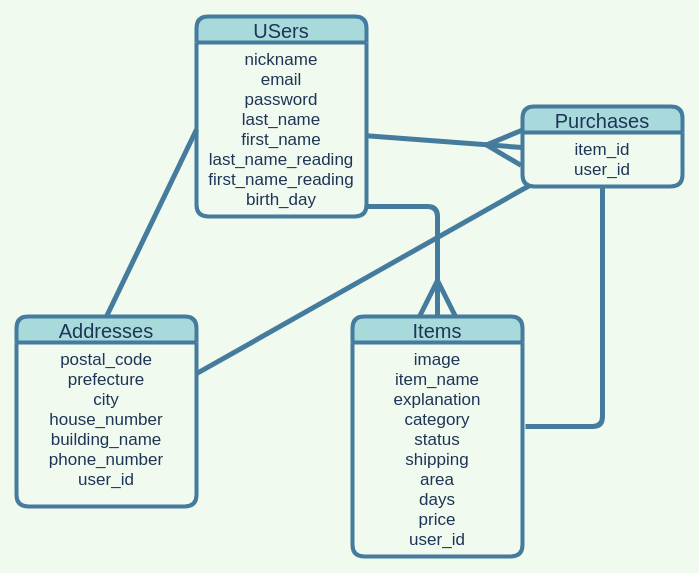
Earlier version of the draw.io diagram furima.dio (ryoji911/furima-32480). Source tidied: cells renumbered, new cells numbered last; positions are measured from the earlier drawing's top-left corner, leaving out a move shared by most shapes. Both pictures are drawn from the tidied source at 100%, with x=0, y=0 at pixel (16, 16).
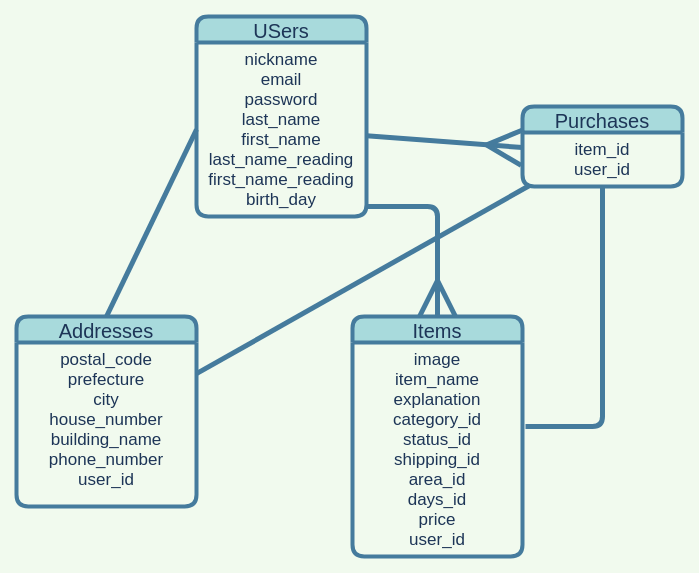
The same diagram, later.

Commit message (it also covers changes not shown here):
データベース設計の修正２

Diff of the diagram source:
```diff
@@
 <mxGraphModel background="#F1FAEE">
   <root>
     <mxCell id="0" />
     <mxCell id="1" parent="0" />
     <mxCell id="2" value="USers" style="swimlane;fontStyle=0;horizontal=1;startSize=26;align=center;fontSize=20;labelBackgroundColor=none;fillColor=#A8DADC;fontColor=#1D3557;strokeWidth=4;strokeColor=#457B9D;rounded=1;" parent="1" vertex="1">
       <mxGeometry x="180" width="170" height="200" as="geometry" />
     </mxCell>
     <mxCell id="3" value="nickname&#10;email&#10;password&#10;last_name&#10;first_name&#10;last_name_reading&#10;first_name_reading&#10;birth_day&#10;" style="text;strokeColor=none;fillColor=none;spacingLeft=4;spacingRight=4;overflow=hidden;points=[[0,0.5],[1,0.5]];portConstraint=eastwest;fontSize=17;align=center;fontColor=#1D3557;rounded=1;" parent="2" vertex="1">
       <mxGeometry y="26" width="170" height="174" as="geometry" />
     </mxCell>
     <mxCell id="4" value="Items" style="swimlane;fontStyle=0;horizontal=1;startSize=26;align=center;fontSize=20;labelBackgroundColor=none;strokeWidth=4;fillColor=#A8DADC;fontColor=#1D3557;strokeColor=#457B9D;rounded=1;" parent="1" vertex="1">
       <mxGeometry x="336" y="300" width="170" height="240" as="geometry" />
     </mxCell>
-    <mxCell id="5" value="image&#10;item_name&#10;explanation&#10;category&#10;status&#10;shipping&#10;area&#10;days&#10;price&#10;user_id" style="text;strokeColor=none;fillColor=none;spacingLeft=4;spacingRight=4;overflow=hidden;fontSize=17;align=center;fontColor=#1D3557;rounded=1;" parent="4" vertex="1">
+    <mxCell id="5" value="image&#10;item_name&#10;explanation&#10;category_id&#10;status_id&#10;shipping_id&#10;area_id&#10;days_id&#10;price&#10;user_id" style="text;strokeColor=none;fillColor=none;spacingLeft=4;spacingRight=4;overflow=hidden;fontSize=17;align=center;fontColor=#1D3557;rounded=1;" parent="4" vertex="1">
       <mxGeometry y="26" width="170" height="214" as="geometry" />
     </mxCell>
     <mxCell id="6" value="Addresses" style="swimlane;fontStyle=0;horizontal=1;startSize=26;align=center;fontSize=20;labelBackgroundColor=none;strokeWidth=4;fillColor=#A8DADC;fontColor=#1D3557;strokeColor=#457B9D;rounded=1;" parent="1" vertex="1">
       <mxGeometry y="300" width="180" height="190" as="geometry" />
     </mxCell>
     <mxCell id="7" value="postal_code&#10;prefecture&#10;city&#10;house_number&#10;building_name&#10;phone_number&#10;user_id" style="text;strokeColor=none;fillColor=none;spacingLeft=4;spacingRight=4;overflow=hidden;points=[[0,0.5],[1,0.5]];portConstraint=eastwest;fontSize=17;align=center;fontColor=#1D3557;rounded=1;" parent="6" vertex="1">
       <mxGeometry y="26" width="180" height="164" as="geometry" />
     </mxCell>
     <mxCell id="8" value="Purchases" style="swimlane;fontStyle=0;horizontal=1;startSize=26;align=center;fontSize=20;labelBackgroundColor=none;strokeWidth=4;fillColor=#A8DADC;fontColor=#1D3557;strokeColor=#457B9D;rounded=1;" parent="1" vertex="1">
       <mxGeometry x="506" y="90" width="160" height="80" as="geometry" />
     </mxCell>
     <mxCell id="9" style="edgeStyle=none;jettySize=auto;html=1;entryX=0;entryY=0.278;entryDx=0;entryDy=0;entryPerimeter=0;endSize=30;strokeWidth=5;fontSize=20;endArrow=ERmany;endFill=0;strokeColor=#457B9D;fontColor=#1D3557;labelBackgroundColor=#F1FAEE;" parent="1" edge="1" source="3" target="11">
       <mxGeometry relative="1" as="geometry" />
     </mxCell>
     <mxCell id="10" style="edgeStyle=none;jettySize=auto;html=1;endArrow=none;endFill=0;endSize=20;strokeWidth=5;fontSize=20;strokeColor=#457B9D;fontColor=#1D3557;labelBackgroundColor=#F1FAEE;" parent="1" edge="1" source="11">
       <mxGeometry relative="1" as="geometry">
         <mxPoint x="509" y="410" as="targetPoint" />
         <Array as="points">
           <mxPoint x="586" y="410" />
         </Array>
       </mxGeometry>
     </mxCell>
     <mxCell id="11" value="item_id&#10;user_id&#10;" style="text;strokeColor=none;fillColor=none;spacingLeft=4;spacingRight=4;overflow=hidden;points=[[0,0.5],[1,0.5]];portConstraint=eastwest;fontSize=17;align=center;fontColor=#1D3557;rounded=1;" parent="1" vertex="1">
       <mxGeometry x="506" y="116" width="160" height="54" as="geometry" />
     </mxCell>
     <mxCell id="12" style="edgeStyle=none;jettySize=auto;html=1;exitX=0;exitY=0.5;exitDx=0;exitDy=0;entryX=0.5;entryY=0;entryDx=0;entryDy=0;endArrow=none;endFill=0;endSize=20;strokeWidth=5;fontSize=20;strokeColor=#457B9D;fontColor=#1D3557;labelBackgroundColor=#F1FAEE;" parent="1" edge="1" source="3" target="6">
       <mxGeometry relative="1" as="geometry" />
     </mxCell>
     <mxCell id="13" style="edgeStyle=none;jettySize=auto;html=1;entryX=0.5;entryY=0;entryDx=0;entryDy=0;endArrow=ERmany;endFill=0;endSize=30;strokeWidth=5;fontSize=20;strokeColor=#457B9D;fontColor=#1D3557;labelBackgroundColor=#F1FAEE;" parent="1" edge="1" target="4">
       <mxGeometry relative="1" as="geometry">
         <mxPoint x="351" y="190" as="sourcePoint" />
         <Array as="points">
           <mxPoint x="421" y="190" />
         </Array>
       </mxGeometry>
     </mxCell>
     <mxCell id="14" style="edgeStyle=none;jettySize=auto;html=1;entryX=0.044;entryY=0.981;entryDx=0;entryDy=0;endArrow=none;endFill=0;endSize=30;strokeWidth=5;fontSize=20;strokeColor=#457B9D;fontColor=#1D3557;labelBackgroundColor=#F1FAEE;entryPerimeter=0;" parent="1" edge="1" source="7" target="11">
       <mxGeometry relative="1" as="geometry" />
     </mxCell>
   </root>
 </mxGraphModel>
```
